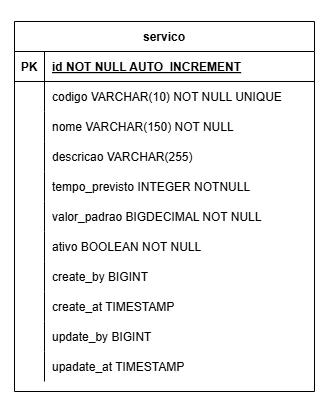
This is docs/modelo-relacional/ENTIDADE-RELACIONAL-SERVICO.drawio.png from henriqueValgas/oficina-mecanica-api, a draw.io export, as it was before one commit. Source tidied: cells renumbered, new cells last; positions are measured from the earlier drawing's top-left corner, leaving out a move shared by most shapes.
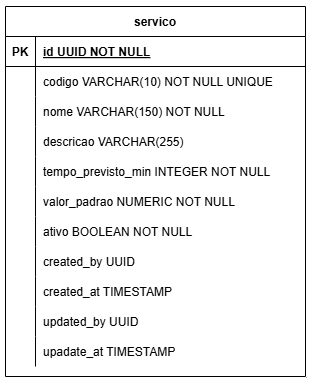
The same diagram one commit later.

Commit message:
docs: finalizado correcoes em entidade relacional e diagramas de classe

The edit, as a diff of the source:
```diff
@@ -11,7 +11,7 @@
     <mxCell id="4" value="PK" style="shape=partialRectangle;overflow=hidden;fillColor=none;top=0;left=0;bottom=0;right=0;fontStyle=1;" parent="3" vertex="1">
       <mxGeometry width="30" height="30" as="geometry" />
     </mxCell>
-    <mxCell id="5" value="id NOT NULL AUTO_INCREMENT" style="shape=partialRectangle;overflow=hidden;fillColor=none;top=0;left=0;bottom=0;right=0;align=left;spacingLeft=6;fontStyle=5;" parent="3" vertex="1">
+    <mxCell id="5" value="id UUID NOT NULL" style="shape=partialRectangle;overflow=hidden;fillColor=none;top=0;left=0;bottom=0;right=0;align=left;spacingLeft=6;fontStyle=5;" parent="3" vertex="1">
       <mxGeometry x="30" width="270" height="30" as="geometry" />
     </mxCell>
     <mxCell id="6" style="shape=partialRectangle;fillColor=none;top=0;left=0;right=0;bottom=0;" parent="2" vertex="1">
@@ -47,7 +47,7 @@
     <mxCell id="16" style="shape=partialRectangle;overflow=hidden;fillColor=none;top=0;left=0;bottom=0;right=0;" parent="15" vertex="1">
       <mxGeometry width="30" height="30" as="geometry" />
     </mxCell>
-    <mxCell id="17" value="tempo_previsto INTEGER NOTNULL" style="shape=partialRectangle;overflow=hidden;fillColor=none;top=0;left=0;bottom=0;right=0;align=left;spacingLeft=6;" parent="15" vertex="1">
+    <mxCell id="17" value="tempo_previsto_min INTEGER NOT NULL" style="shape=partialRectangle;overflow=hidden;fillColor=none;top=0;left=0;bottom=0;right=0;align=left;spacingLeft=6;" parent="15" vertex="1">
       <mxGeometry x="30" width="270" height="30" as="geometry" />
     </mxCell>
     <mxCell id="18" style="shape=partialRectangle;fillColor=none;top=0;left=0;right=0;bottom=0;" parent="2" vertex="1">
@@ -56,7 +56,7 @@
     <mxCell id="19" style="shape=partialRectangle;overflow=hidden;fillColor=none;top=0;left=0;bottom=0;right=0;" parent="18" vertex="1">
       <mxGeometry width="30" height="30" as="geometry" />
     </mxCell>
-    <mxCell id="20" value="valor_padrao BIGDECIMAL NOT NULL" style="shape=partialRectangle;overflow=hidden;fillColor=none;top=0;left=0;bottom=0;right=0;align=left;spacingLeft=6;" parent="18" vertex="1">
+    <mxCell id="20" value="valor_padrao NUMERIC NOT NULL" style="shape=partialRectangle;overflow=hidden;fillColor=none;top=0;left=0;bottom=0;right=0;align=left;spacingLeft=6;" parent="18" vertex="1">
       <mxGeometry x="30" width="270" height="30" as="geometry" />
     </mxCell>
     <mxCell id="21" style="shape=partialRectangle;fillColor=none;top=0;left=0;right=0;bottom=0;" parent="2" vertex="1">
@@ -74,7 +74,7 @@
     <mxCell id="25" style="shape=partialRectangle;overflow=hidden;fillColor=none;top=0;left=0;bottom=0;right=0;" parent="24" vertex="1">
       <mxGeometry width="30" height="30" as="geometry" />
     </mxCell>
-    <mxCell id="26" value="create_by BIGINT" style="shape=partialRectangle;overflow=hidden;fillColor=none;top=0;left=0;bottom=0;right=0;align=left;spacingLeft=6;" parent="24" vertex="1">
+    <mxCell id="26" value="created_by UUID" style="shape=partialRectangle;overflow=hidden;fillColor=none;top=0;left=0;bottom=0;right=0;align=left;spacingLeft=6;" parent="24" vertex="1">
       <mxGeometry x="30" width="270" height="30" as="geometry" />
     </mxCell>
     <mxCell id="27" style="shape=partialRectangle;fillColor=none;top=0;left=0;right=0;bottom=0;" parent="2" vertex="1">
@@ -83,7 +83,7 @@
     <mxCell id="28" style="shape=partialRectangle;overflow=hidden;fillColor=none;top=0;left=0;bottom=0;right=0;" parent="27" vertex="1">
       <mxGeometry width="30" height="30" as="geometry" />
     </mxCell>
-    <mxCell id="29" value="create_at TIMESTAMP" style="shape=partialRectangle;overflow=hidden;fillColor=none;top=0;left=0;bottom=0;right=0;align=left;spacingLeft=6;" parent="27" vertex="1">
+    <mxCell id="29" value="created_at TIMESTAMP" style="shape=partialRectangle;overflow=hidden;fillColor=none;top=0;left=0;bottom=0;right=0;align=left;spacingLeft=6;" parent="27" vertex="1">
       <mxGeometry x="30" width="270" height="30" as="geometry" />
     </mxCell>
     <mxCell id="30" style="shape=partialRectangle;fillColor=none;top=0;left=0;right=0;bottom=0;" parent="2" vertex="1">
@@ -92,7 +92,7 @@
     <mxCell id="31" style="shape=partialRectangle;overflow=hidden;fillColor=none;top=0;left=0;bottom=0;right=0;" parent="30" vertex="1">
       <mxGeometry width="30" height="30" as="geometry" />
     </mxCell>
-    <mxCell id="32" value="update_by BIGINT" style="shape=partialRectangle;overflow=hidden;fillColor=none;top=0;left=0;bottom=0;right=0;align=left;spacingLeft=6;" parent="30" vertex="1">
+    <mxCell id="32" value="updated_by UUID" style="shape=partialRectangle;overflow=hidden;fillColor=none;top=0;left=0;bottom=0;right=0;align=left;spacingLeft=6;" parent="30" vertex="1">
       <mxGeometry x="30" width="270" height="30" as="geometry" />
     </mxCell>
     <mxCell id="33" style="shape=partialRectangle;fillColor=none;top=0;left=0;right=0;bottom=0;" parent="2" vertex="1">
```
